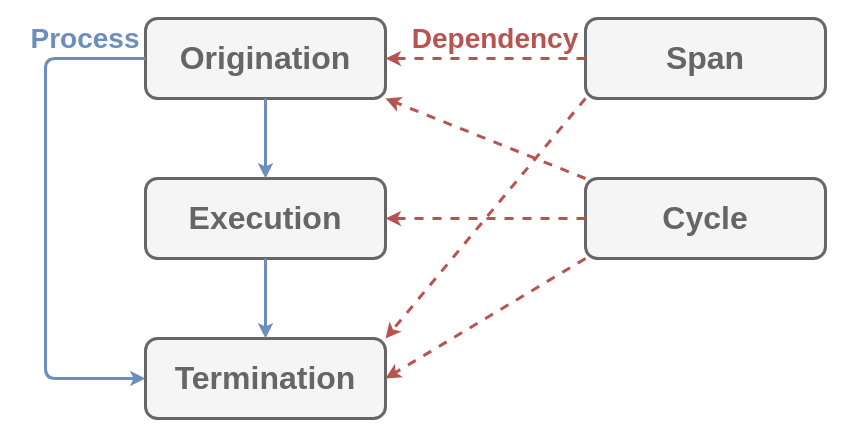
Before: Documentation/Resources/Periodization.drawio in do-i-know-it/YggdrAshill.Ragnarok, a draw.io diagram. Source tidied: cells renumbered, new cells numbered last; positions are measured from the earlier drawing's top-left corner, leaving out a move shared by most shapes. Both pictures are drawn from the tidied source at 100%, with x=0, y=0 at pixel (25, 18).
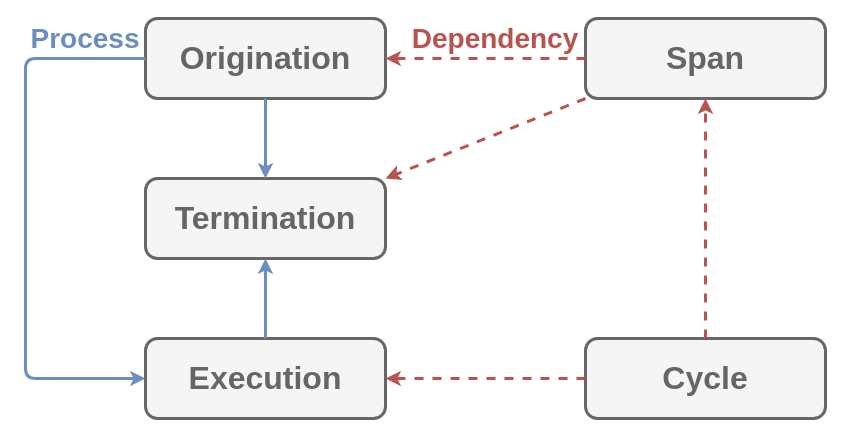
The same page after the edit.

Diff of the diagram source:
```diff
@@
 <mxGraphModel>
   <root>
     <mxCell id="0" />
     <mxCell id="1" parent="0" />
     <mxCell id="2" value="&lt;b&gt;&lt;font style=&quot;font-size: 28px&quot; color=&quot;#b85450&quot;&gt;Dependency&lt;/font&gt;&lt;/b&gt;" style="text;html=1;align=center;verticalAlign=middle;whiteSpace=wrap;rounded=0;" parent="1" vertex="1">
       <mxGeometry x="380" width="180" height="40" as="geometry" />
     </mxCell>
     <mxCell id="3" value="&lt;font style=&quot;font-size: 32px&quot; color=&quot;#666666&quot;&gt;&lt;b&gt;Termination&lt;br&gt;&lt;/b&gt;&lt;/font&gt;" style="rounded=1;whiteSpace=wrap;html=1;fillColor=#f5f5f5;strokeColor=#666666;strokeWidth=3;fontColor=#333333;" parent="1" vertex="1">
-      <mxGeometry x="120" y="320" width="240" height="80" as="geometry" />
+      <mxGeometry x="120" y="160" width="240" height="80" as="geometry" />
     </mxCell>
     <mxCell id="4" value="&lt;font style=&quot;font-size: 32px&quot; color=&quot;#666666&quot;&gt;&lt;b&gt;Origination&lt;/b&gt;&lt;/font&gt;" style="rounded=1;whiteSpace=wrap;html=1;fillColor=#f5f5f5;strokeColor=#666666;strokeWidth=3;fontColor=#333333;" parent="1" vertex="1">
       <mxGeometry x="120" width="240" height="80" as="geometry" />
     </mxCell>
     <mxCell id="5" value="&lt;font color=&quot;#666666&quot;&gt;&lt;span style=&quot;font-size: 32px&quot;&gt;&lt;b&gt;Cycle&lt;/b&gt;&lt;/span&gt;&lt;br&gt;&lt;/font&gt;" style="rounded=1;whiteSpace=wrap;html=1;fillColor=#f5f5f5;strokeColor=#666666;strokeWidth=3;fontColor=#333333;" parent="1" vertex="1">
-      <mxGeometry x="560" y="160" width="240" height="80" as="geometry" />
+      <mxGeometry x="560" y="320" width="240" height="80" as="geometry" />
     </mxCell>
     <mxCell id="6" value="&lt;font style=&quot;font-size: 32px&quot; color=&quot;#666666&quot;&gt;&lt;b&gt;Span&lt;/b&gt;&lt;/font&gt;" style="rounded=1;whiteSpace=wrap;html=1;fillColor=#f5f5f5;strokeColor=#666666;strokeWidth=3;fontColor=#333333;" parent="1" vertex="1">
       <mxGeometry x="560" width="240" height="80" as="geometry" />
     </mxCell>
     <mxCell id="7" style="endArrow=classic;html=1;fillColor=#f8cecc;strokeColor=#b85450;strokeWidth=3;dashed=1;entryX=1;entryY=0.5;entryDx=0;entryDy=0;exitX=0;exitY=0.5;exitDx=0;exitDy=0;" parent="1" edge="1" source="5" target="12">
       <mxGeometry relative="1" as="geometry" />
     </mxCell>
     <mxCell id="8" style="endArrow=classic;html=1;fillColor=#f8cecc;strokeColor=#b85450;strokeWidth=3;dashed=1;entryX=1;entryY=0;entryDx=0;entryDy=0;exitX=0;exitY=1;exitDx=0;exitDy=0;" parent="1" edge="1" source="6" target="3">
       <mxGeometry relative="1" as="geometry" />
     </mxCell>
     <mxCell id="9" style="endArrow=classic;html=1;fillColor=#f8cecc;strokeColor=#b85450;strokeWidth=3;dashed=1;entryX=1;entryY=0.5;entryDx=0;entryDy=0;exitX=0;exitY=0.5;exitDx=0;exitDy=0;" parent="1" edge="1" source="6" target="4">
       <mxGeometry relative="1" as="geometry" />
     </mxCell>
-    <mxCell id="10" style="endArrow=classic;html=1;fillColor=#f8cecc;strokeColor=#b85450;strokeWidth=3;dashed=1;entryX=1;entryY=0.5;entryDx=0;entryDy=0;exitX=0;exitY=1;exitDx=0;exitDy=0;" parent="1" edge="1" source="5" target="3">
-      <mxGeometry relative="1" as="geometry" />
-    </mxCell>
-    <mxCell id="11" style="endArrow=classic;html=1;fillColor=#f8cecc;strokeColor=#b85450;strokeWidth=3;dashed=1;entryX=1;entryY=1;entryDx=0;entryDy=0;startArrow=none;exitX=0;exitY=0;exitDx=0;exitDy=0;" parent="1" edge="1" source="5" target="4">
-      <mxGeometry relative="1" as="geometry" />
-    </mxCell>
     <mxCell id="12" value="&lt;font style=&quot;font-size: 32px&quot; color=&quot;#666666&quot;&gt;&lt;b&gt;Execution&lt;/b&gt;&lt;/font&gt;" style="rounded=1;whiteSpace=wrap;html=1;fillColor=#f5f5f5;strokeColor=#666666;strokeWidth=3;fontColor=#333333;" parent="1" vertex="1">
-      <mxGeometry x="120" y="160" width="240" height="80" as="geometry" />
+      <mxGeometry x="120" y="320" width="240" height="80" as="geometry" />
     </mxCell>
-    <mxCell id="13" style="endArrow=classic;html=1;strokeWidth=3;fillColor=#dae8fc;strokeColor=#6c8ebf;elbow=vertical;startArrow=none;exitX=0.5;exitY=1;exitDx=0;exitDy=0;" parent="1" edge="1" source="4" target="12">
+    <mxCell id="13" style="endArrow=classic;html=1;strokeWidth=3;fillColor=#dae8fc;strokeColor=#6c8ebf;elbow=vertical;startArrow=none;exitX=0.5;exitY=1;exitDx=0;exitDy=0;" parent="1" edge="1" source="4" target="3">
       <mxGeometry relative="1" as="geometry" />
     </mxCell>
     <mxCell id="14" value="&lt;b&gt;&lt;font style=&quot;font-size: 28px&quot; color=&quot;#6c8ebf&quot;&gt;Process&lt;/font&gt;&lt;/b&gt;" style="text;html=1;align=center;verticalAlign=middle;whiteSpace=wrap;rounded=0;" parent="1" vertex="1">
       <mxGeometry width="120" height="40" as="geometry" />
     </mxCell>
-    <mxCell id="15" style="endArrow=classic;html=1;strokeWidth=3;fillColor=#dae8fc;strokeColor=#6c8ebf;elbow=vertical;startArrow=none;exitX=0.5;exitY=1;exitDx=0;exitDy=0;" parent="1" edge="1" source="12" target="3">
+    <mxCell id="15" style="endArrow=classic;html=1;strokeWidth=3;fillColor=#dae8fc;strokeColor=#6c8ebf;elbow=vertical;startArrow=none;exitX=0.5;exitY=0;exitDx=0;exitDy=0;entryX=0.5;entryY=1;entryDx=0;entryDy=0;" parent="1" edge="1" source="12" target="3">
       <mxGeometry relative="1" as="geometry" />
     </mxCell>
-    <mxCell id="16" style="endArrow=classic;html=1;strokeWidth=3;fillColor=#dae8fc;strokeColor=#6c8ebf;elbow=vertical;startArrow=none;exitX=0;exitY=0.5;exitDx=0;exitDy=0;edgeStyle=orthogonalEdgeStyle;entryX=0;entryY=0.5;entryDx=0;entryDy=0;" parent="1" edge="1" source="4" target="3">
-      <mxGeometry relative="1" as="geometry">
-        <Array as="points">
-          <mxPoint x="20" y="40" />
-          <mxPoint x="20" y="360" />
-        </Array>
-      </mxGeometry>
-    </mxCell>
+    <mxCell id="17" style="endArrow=classic;html=1;fillColor=#f8cecc;strokeColor=#b85450;strokeWidth=3;dashed=1;entryX=0.5;entryY=1;entryDx=0;entryDy=0;exitX=0.5;exitY=0;exitDx=0;exitDy=0;" parent="1" edge="1" source="5" target="6">
+      <mxGeometry relative="1" as="geometry" />
+    </mxCell>
+    <mxCell id="18" style="endArrow=classic;html=1;strokeWidth=3;fillColor=#dae8fc;strokeColor=#6c8ebf;elbow=vertical;startArrow=none;exitX=0;exitY=0.5;exitDx=0;exitDy=0;entryX=0;entryY=0.5;entryDx=0;entryDy=0;edgeStyle=orthogonalEdgeStyle;" parent="1" edge="1" source="4" target="12">
+      <mxGeometry relative="1" as="geometry">
+        <Array as="points">
+          <mxPoint y="40" />
+          <mxPoint y="360" />
+        </Array>
+      </mxGeometry>
+    </mxCell>
   </root>
 </mxGraphModel>
```
